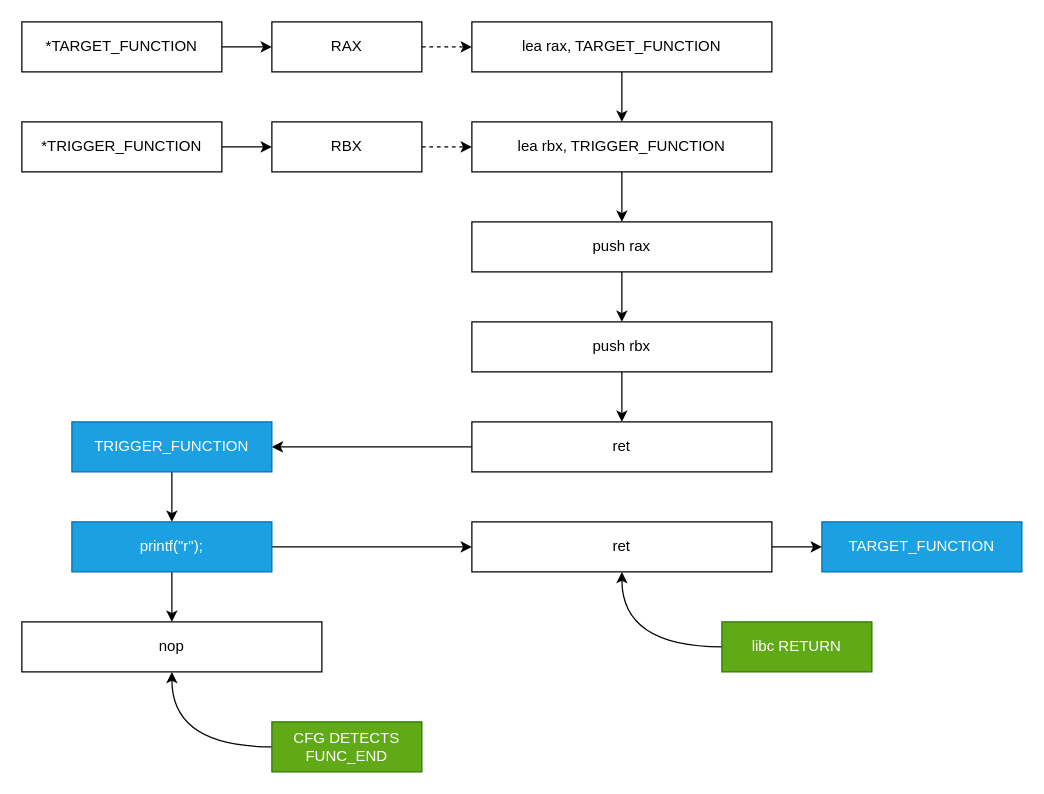
Before: research/function_boundary/BRKDEC_FUNC_BOUNDARY.drawio in therustymate/BRKDEC, a draw.io diagram. Source tidied: cells renumbered, new cells numbered last; positions are measured from the earlier drawing's top-left corner, leaving out a move shared by most shapes. Both pictures are drawn from the tidied source at 125%, with x=0, y=0 at pixel (21, 21).
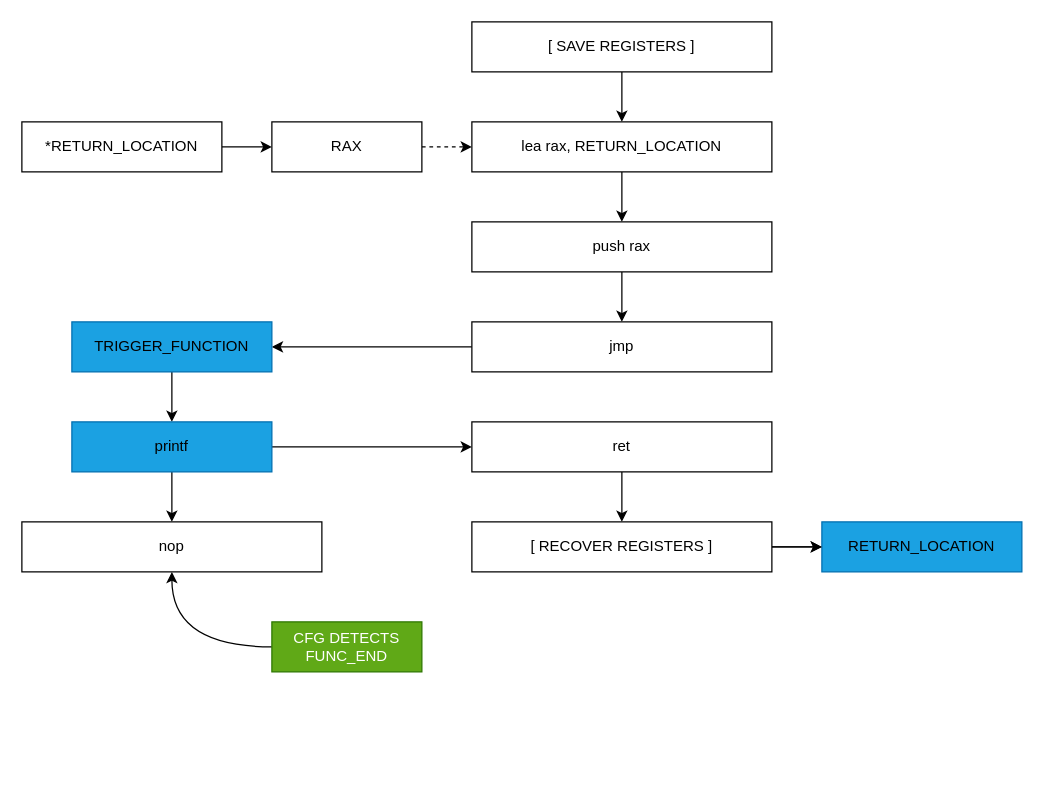
The same diagram, later.

Unchanged cells that the change refers to:
```xml
<mxCell id="3" value="push rax" style="rounded=0;whiteSpace=wrap;html=1;fontSize=12;" parent="1" vertex="1">
  <mxGeometry x="360" y="160" width="240" height="40" as="geometry" />
</mxCell>
```

Change to the diagram source:
```diff
@@
-    <mxCell id="2" style="edgeStyle=orthogonalEdgeStyle;rounded=0;jettySize=auto;html=1;exitX=0.5;exitY=1;exitDx=0;exitDy=0;entryX=0.5;entryY=0;entryDx=0;entryDy=0;" parent="1" edge="1" source="3" target="5">
-      <mxGeometry relative="1" as="geometry" />
-    </mxCell>
@@
-    <mxCell id="4" style="edgeStyle=orthogonalEdgeStyle;rounded=0;jettySize=auto;html=1;exitX=0.5;exitY=1;exitDx=0;exitDy=0;entryX=0.5;entryY=0;entryDx=0;entryDy=0;" parent="1" edge="1" source="5" target="7">
+    <mxCell id="4" style="edgeStyle=orthogonalEdgeStyle;rounded=0;jettySize=auto;html=1;exitX=0.5;exitY=1;exitDx=0;exitDy=0;entryX=0.5;entryY=0;entryDx=0;entryDy=0;" parent="1" edge="1" source="3" target="7">
       <mxGeometry relative="1" as="geometry" />
     </mxCell>
-    <mxCell id="5" value="push rbx" style="rounded=0;whiteSpace=wrap;html=1;fontSize=12;" parent="1" vertex="1">
-      <mxGeometry x="360" y="240" width="240" height="40" as="geometry" />
-    </mxCell>
@@
-    <mxCell id="7" value="ret" style="rounded=0;whiteSpace=wrap;html=1;fontSize=12;" parent="1" vertex="1">
-      <mxGeometry x="360" y="320" width="240" height="40" as="geometry" />
+    <mxCell id="7" value="jmp" style="rounded=0;whiteSpace=wrap;html=1;fontSize=12;" parent="1" vertex="1">
+      <mxGeometry x="360" y="240" width="240" height="40" as="geometry" />
     </mxCell>
-    <mxCell id="8" style="edgeStyle=orthogonalEdgeStyle;rounded=0;jettySize=auto;html=1;exitX=0.5;exitY=1;exitDx=0;exitDy=0;entryX=0.5;entryY=0;entryDx=0;entryDy=0;" parent="1" edge="1" source="9" target="29">
+    <mxCell id="8" style="edgeStyle=orthogonalEdgeStyle;rounded=0;jettySize=auto;html=1;exitX=0.5;exitY=1;exitDx=0;exitDy=0;entryX=0.5;entryY=0;entryDx=0;entryDy=0;fontColor=light-dark(#000000,#FFFFFF);" parent="1" edge="1" source="9" target="36">
       <mxGeometry relative="1" as="geometry" />
     </mxCell>
-    <mxCell id="9" value="TRIGGER_FUNCTION" style="rounded=0;whiteSpace=wrap;html=1;fillColor=#1ba1e2;fontColor=#ffffff;strokeColor=#006EAF;" parent="1" vertex="1">
-      <mxGeometry x="40" y="320" width="160" height="40" as="geometry" />
+    <mxCell id="9" value="TRIGGER_FUNCTION" style="rounded=0;whiteSpace=wrap;html=1;fillColor=#1ba1e2;fontColor=light-dark(#000000,#FFFFFF);strokeColor=#006EAF;" parent="1" vertex="1">
+      <mxGeometry x="40" y="240" width="160" height="40" as="geometry" />
     </mxCell>
-    <mxCell id="10" style="edgeStyle=orthogonalEdgeStyle;rounded=0;jettySize=auto;html=1;exitX=1;exitY=0.5;exitDx=0;exitDy=0;entryX=0;entryY=0.5;entryDx=0;entryDy=0;" parent="1" edge="1" source="11" target="13">
-      <mxGeometry relative="1" as="geometry" />
-    </mxCell>
-    <mxCell id="11" value="*TRIGGER_FUNCTION" style="rounded=0;whiteSpace=wrap;html=1;fontSize=12;fontColor=light-dark(#000000,#000000);fillColor=light-dark(#FFFFFF,#FFFFFF);" parent="1" vertex="1">
-      <mxGeometry y="80" width="160" height="40" as="geometry" />
-    </mxCell>
-    <mxCell id="12" style="edgeStyle=orthogonalEdgeStyle;rounded=0;jettySize=auto;html=1;exitX=1;exitY=0.5;exitDx=0;exitDy=0;entryX=0;entryY=0.5;entryDx=0;entryDy=0;dashed=1;" parent="1" edge="1" source="13" target="19">
-      <mxGeometry relative="1" as="geometry" />
-    </mxCell>
-    <mxCell id="13" value="RBX" style="rounded=0;whiteSpace=wrap;html=1;fontSize=12;" parent="1" vertex="1">
-      <mxGeometry x="200" y="80" width="120" height="40" as="geometry" />
-    </mxCell>
@@
     <mxCell id="15" value="RAX" style="rounded=0;whiteSpace=wrap;html=1;fontSize=12;" parent="1" vertex="1">
-      <mxGeometry x="200" width="120" height="40" as="geometry" />
+      <mxGeometry x="200" y="80" width="120" height="40" as="geometry" />
     </mxCell>
@@
-    <mxCell id="17" value="*TARGET_FUNCTION" style="rounded=0;whiteSpace=wrap;html=1;fontSize=12;fillColor=light-dark(#FFFFFF,#FFFFFF);fontColor=light-dark(#000000,#000000);" parent="1" vertex="1">
-      <mxGeometry width="160" height="40" as="geometry" />
+    <mxCell id="17" value="*RETURN_LOCATION" style="rounded=0;whiteSpace=wrap;html=1;fontSize=12;fillColor=light-dark(#FFFFFF,#FFFFFF);fontColor=light-dark(#000000,#000000);" parent="1" vertex="1">
+      <mxGeometry y="80" width="160" height="40" as="geometry" />
     </mxCell>
-    <mxCell id="18" style="edgeStyle=orthogonalEdgeStyle;rounded=0;jettySize=auto;html=1;exitX=0.5;exitY=1;exitDx=0;exitDy=0;entryX=0.5;entryY=0;entryDx=0;entryDy=0;" parent="1" edge="1" source="19" target="3">
-      <mxGeometry relative="1" as="geometry" />
-    </mxCell>
-    <mxCell id="19" value="lea rbx, TRIGGER_FUNCTION" style="rounded=0;whiteSpace=wrap;html=1;fontSize=12;" parent="1" vertex="1">
-      <mxGeometry x="360" y="80" width="240" height="40" as="geometry" />
-    </mxCell>
-    <mxCell id="20" style="edgeStyle=orthogonalEdgeStyle;rounded=0;jettySize=auto;html=1;exitX=0.5;exitY=1;exitDx=0;exitDy=0;entryX=0.5;entryY=0;entryDx=0;entryDy=0;" parent="1" edge="1" source="21" target="19">
+    <mxCell id="20" style="edgeStyle=orthogonalEdgeStyle;rounded=0;jettySize=auto;html=1;exitX=0.5;exitY=1;exitDx=0;exitDy=0;entryX=0.5;entryY=0;entryDx=0;entryDy=0;" parent="1" edge="1" source="21" target="3">
       <mxGeometry relative="1" as="geometry" />
     </mxCell>
-    <mxCell id="21" value="lea rax, TARGET_FUNCTION" style="rounded=0;whiteSpace=wrap;html=1;fontSize=12;" parent="1" vertex="1">
-      <mxGeometry x="360" width="240" height="40" as="geometry" />
+    <mxCell id="21" value="lea rax,&amp;nbsp;RETURN_LOCATION" style="rounded=0;whiteSpace=wrap;html=1;fontSize=12;" parent="1" vertex="1">
+      <mxGeometry x="360" y="80" width="240" height="40" as="geometry" />
     </mxCell>
-    <mxCell id="22" value="TARGET_FUNCTION" style="rounded=0;whiteSpace=wrap;html=1;fillColor=#1ba1e2;fontColor=#ffffff;strokeColor=#006EAF;" parent="1" vertex="1">
+    <mxCell id="22" value="&lt;span style=&quot;color: rgb(0, 0, 0);&quot;&gt;RETURN_LOCATION&lt;/span&gt;" style="rounded=0;whiteSpace=wrap;html=1;fillColor=#1ba1e2;fontColor=#ffffff;strokeColor=#006EAF;" parent="1" vertex="1">
       <mxGeometry x="640" y="400" width="160" height="40" as="geometry" />
     </mxCell>
-    <mxCell id="23" style="edgeStyle=orthogonalEdgeStyle;rounded=0;jettySize=auto;html=1;exitX=1;exitY=0.5;exitDx=0;exitDy=0;entryX=0;entryY=0.5;entryDx=0;entryDy=0;" parent="1" edge="1" source="24" target="22">
-      <mxGeometry relative="1" as="geometry" />
-    </mxCell>
+    <mxCell id="33" style="edgeStyle=orthogonalEdgeStyle;rounded=0;jettySize=auto;html=1;exitX=0.5;exitY=1;exitDx=0;exitDy=0;entryX=0.5;entryY=0;entryDx=0;entryDy=0;" parent="1" edge="1" source="24" target="41">
+      <mxGeometry relative="1" as="geometry" />
+    </mxCell>
     <mxCell id="24" value="ret" style="rounded=0;whiteSpace=wrap;html=1;fontSize=12;" parent="1" vertex="1">
-      <mxGeometry x="360" y="400" width="240" height="40" as="geometry" />
+      <mxGeometry x="360" y="320" width="240" height="40" as="geometry" />
     </mxCell>
@@
     <mxCell id="26" value="CFG DETECTS FUNC_END" style="rounded=0;whiteSpace=wrap;html=1;fontSize=12;fillColor=light-dark(#60A917,#FF0000);fontColor=light-dark(#FFFFFF,#FFFFFF);strokeColor=#2D7600;" parent="1" vertex="1">
-      <mxGeometry x="200" y="560" width="120" height="40" as="geometry" />
+      <mxGeometry x="200" y="480" width="120" height="40" as="geometry" />
     </mxCell>
-    <mxCell id="27" style="edgeStyle=orthogonalEdgeStyle;rounded=0;jettySize=auto;html=1;exitX=1;exitY=0.5;exitDx=0;exitDy=0;entryX=0;entryY=0.5;entryDx=0;entryDy=0;" parent="1" edge="1" source="29" target="24">
-      <mxGeometry relative="1" as="geometry" />
-    </mxCell>
-    <mxCell id="28" style="edgeStyle=orthogonalEdgeStyle;rounded=0;jettySize=auto;html=1;exitX=0.5;exitY=1;exitDx=0;exitDy=0;entryX=0.5;entryY=0;entryDx=0;entryDy=0;" parent="1" edge="1" source="29" target="30">
-      <mxGeometry relative="1" as="geometry" />
-    </mxCell>
-    <mxCell id="29" value="printf(&quot;r&quot;);" style="rounded=0;whiteSpace=wrap;html=1;fontSize=12;fillColor=#1ba1e2;fontColor=#ffffff;strokeColor=#006EAF;" parent="1" vertex="1">
-      <mxGeometry x="40" y="400" width="160" height="40" as="geometry" />
-    </mxCell>
+    <mxCell id="34" style="edgeStyle=orthogonalEdgeStyle;rounded=0;jettySize=auto;html=1;exitX=0.5;exitY=1;exitDx=0;exitDy=0;entryX=0.5;entryY=0;entryDx=0;entryDy=0;" parent="1" edge="1" source="36" target="30">
+      <mxGeometry relative="1" as="geometry" />
+    </mxCell>
+    <mxCell id="35" style="edgeStyle=orthogonalEdgeStyle;rounded=0;jettySize=auto;html=1;exitX=1;exitY=0.5;exitDx=0;exitDy=0;entryX=0;entryY=0.5;entryDx=0;entryDy=0;" parent="1" edge="1" source="36" target="24">
+      <mxGeometry relative="1" as="geometry" />
+    </mxCell>
+    <mxCell id="36" value="printf" style="rounded=0;whiteSpace=wrap;html=1;fillColor=#1ba1e2;fontColor=light-dark(#000000,#FFFFFF);strokeColor=#006EAF;" parent="1" vertex="1">
+      <mxGeometry x="40" y="320" width="160" height="40" as="geometry" />
+    </mxCell>
     <mxCell id="30" value="nop" style="rounded=0;whiteSpace=wrap;html=1;fontSize=12;" parent="1" vertex="1">
-      <mxGeometry y="480" width="240" height="40" as="geometry" />
+      <mxGeometry y="400" width="240" height="40" as="geometry" />
     </mxCell>
-    <mxCell id="31" style="edgeStyle=orthogonalEdgeStyle;rounded=0;jettySize=auto;html=1;exitX=0;exitY=0.5;exitDx=0;exitDy=0;entryX=0.5;entryY=1;entryDx=0;entryDy=0;curved=1;" parent="1" edge="1" source="32" target="24">
-      <mxGeometry relative="1" as="geometry" />
-    </mxCell>
-    <mxCell id="32" value="libc RETURN" style="rounded=0;whiteSpace=wrap;html=1;fontSize=12;fillColor=#60a917;fontColor=light-dark(#FFFFFF,#FFFFFF);strokeColor=#2D7600;" parent="1" vertex="1">
-      <mxGeometry x="560" y="480" width="120" height="40" as="geometry" />
-    </mxCell>
+    <mxCell id="37" style="edgeStyle=orthogonalEdgeStyle;rounded=0;jettySize=auto;html=1;exitX=0.5;exitY=1;exitDx=0;exitDy=0;entryX=0.5;entryY=0;entryDx=0;entryDy=0;" parent="1" edge="1" source="38" target="21">
+      <mxGeometry relative="1" as="geometry" />
+    </mxCell>
+    <mxCell id="38" value="[ SAVE REGISTERS ]" style="rounded=0;whiteSpace=wrap;html=1;fontSize=12;" parent="1" vertex="1">
+      <mxGeometry x="360" width="240" height="40" as="geometry" />
+    </mxCell>
+    <mxCell id="39" style="edgeStyle=orthogonalEdgeStyle;rounded=0;jettySize=auto;html=1;exitX=1;exitY=0.5;exitDx=0;exitDy=0;entryX=0;entryY=0.5;entryDx=0;entryDy=0;" parent="1" edge="1" source="41">
+      <mxGeometry relative="1" as="geometry">
+        <mxPoint x="640" y="420" as="targetPoint" />
+      </mxGeometry>
+    </mxCell>
+    <mxCell id="40" style="edgeStyle=orthogonalEdgeStyle;rounded=0;jettySize=auto;html=1;entryX=0;entryY=0.5;entryDx=0;entryDy=0;exitX=1;exitY=0.5;exitDx=0;exitDy=0;" parent="1" edge="1" source="41" target="22">
+      <mxGeometry relative="1" as="geometry" />
+    </mxCell>
+    <mxCell id="41" value="[ RECOVER REGISTERS ]" style="rounded=0;whiteSpace=wrap;html=1;fontSize=12;" parent="1" vertex="1">
+      <mxGeometry x="360" y="400" width="240" height="40" as="geometry" />
+    </mxCell>
```
